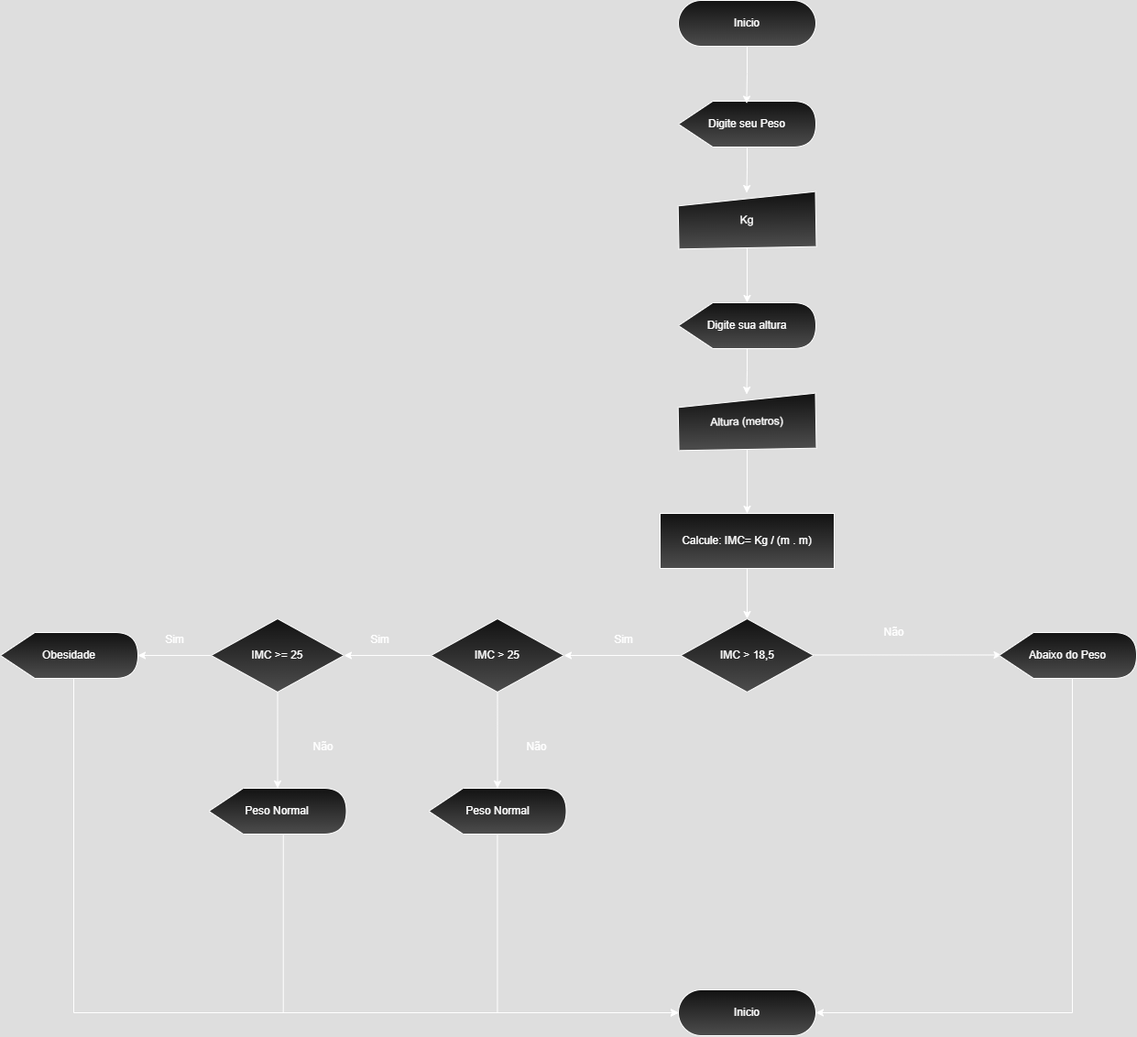
The draw.io diagram Fluxograma/Exercicio-IMC.drawio.png in LucasSMarinho/Logica_de_Programacao, before a commit. Source tidied: cells renumbered, new cells last; positions are measured from the earlier drawing's top-left corner, leaving out a move shared by most shapes.
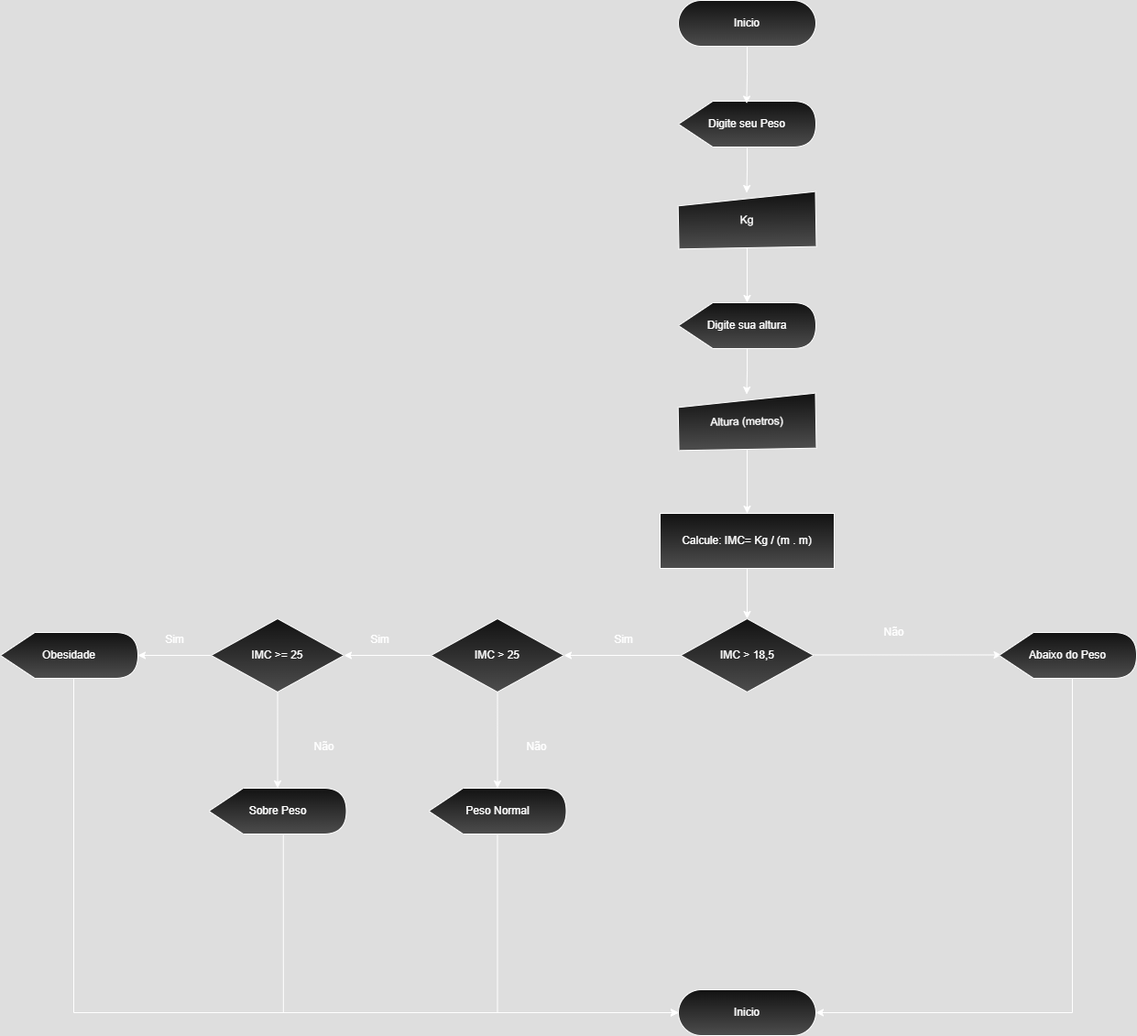
The same file after the commit.

Commit message:
correções nos fluxogramas em geral

The edit, as a diff of the source:
```diff
@@ -103,7 +103,7 @@
     <mxCell id="31" style="edgeStyle=orthogonalEdgeStyle;rounded=0;jettySize=auto;html=1;exitX=0;exitY=0;exitDx=81.25;exitDy=50;exitPerimeter=0;entryX=0;entryY=0.5;entryDx=0;entryDy=0;" parent="1" edge="1" source="32" target="37">
       <mxGeometry relative="1" as="geometry" />
     </mxCell>
-    <mxCell id="32" value="Peso Normal" style="shape=display;whiteSpace=wrap;html=1;gradientColor=light-dark(#000000,#4D4D4D);" parent="1" vertex="1">
+    <mxCell id="32" value="Sobre Peso" style="shape=display;whiteSpace=wrap;html=1;gradientColor=light-dark(#000000,#4D4D4D);" parent="1" vertex="1">
       <mxGeometry x="227.5" y="860" width="150" height="50" as="geometry" />
     </mxCell>
     <mxCell id="33" style="edgeStyle=orthogonalEdgeStyle;rounded=0;jettySize=auto;html=1;entryX=0;entryY=0.5;entryDx=0;entryDy=0;" parent="1" edge="1" source="34" target="37">
```
